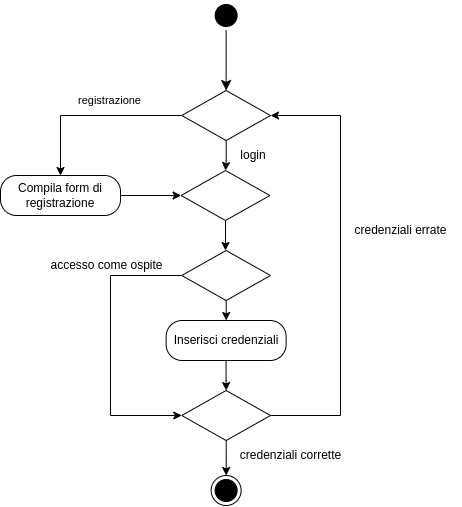
The draw.io diagram doc/ActivityDiagram.png in 446f6e6e79/ConfiguratoreAuto, before a commit. Source tidied: cells renumbered, new cells last; positions are measured from the earlier drawing's top-left corner, leaving out a move shared by most shapes.
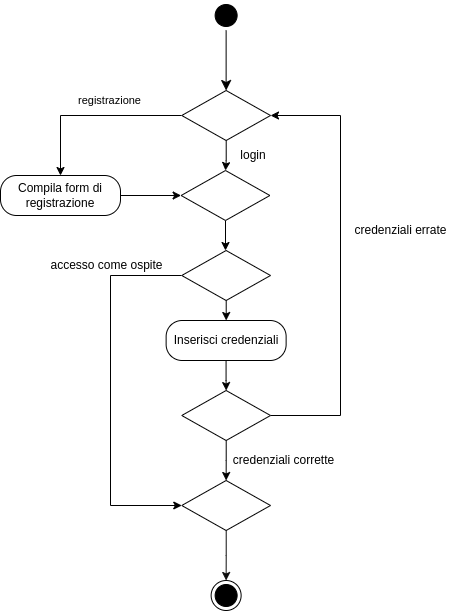
Above is the later version.

Commit message:
Login Activity diagram fix

Diff of the diagram source:
```diff
@@ -3,7 +3,7 @@
     <mxCell id="0" />
     <mxCell id="1" parent="0" />
     <mxCell id="2" style="ellipse;html=1;shape=endState;fillColor=#000000;strokeColor=#000000;" parent="1" vertex="1">
-      <mxGeometry x="210.6" y="475" width="30" height="30" as="geometry" />
+      <mxGeometry x="210.6" y="580" width="30" height="30" as="geometry" />
     </mxCell>
     <mxCell id="3" style="ellipse;html=1;shape=startState;fillColor=#000000;strokeColor=#000000;" parent="1" vertex="1">
       <mxGeometry x="210.6" width="30" height="30" as="geometry" />
@@ -25,7 +25,7 @@
         </Array>
       </mxGeometry>
     </mxCell>
-    <mxCell id="8" style="edgeStyle=orthogonalEdgeStyle;rounded=0;jettySize=auto;html=1;strokeColor=#000000;endArrow=classic;endFill=1;" parent="1" edge="1" source="9" target="2">
+    <mxCell id="8" style="edgeStyle=orthogonalEdgeStyle;rounded=0;jettySize=auto;html=1;strokeColor=#000000;endArrow=classic;endFill=1;entryX=0.5;entryY=0;entryDx=0;entryDy=0;" parent="1" edge="1" source="9" target="26">
       <mxGeometry relative="1" as="geometry" />
     </mxCell>
     <mxCell id="9" style="rhombus;whiteSpace=wrap;html=1;fontColor=#000000;fillColor=#FFFFFF;strokeColor=#000000;" parent="1" vertex="1">
@@ -66,16 +66,16 @@
       <mxGeometry x="340" y="215" width="120" height="30" as="geometry" />
     </mxCell>
     <mxCell id="20" value="credenziali corrette" style="text;html=1;align=center;verticalAlign=middle;strokeColor=none;fillColor=none;" parent="1" vertex="1">
-      <mxGeometry x="230" y="440" width="120" height="30" as="geometry" />
+      <mxGeometry x="223" y="445" width="120" height="30" as="geometry" />
     </mxCell>
     <mxCell id="21" style="edgeStyle=orthogonalEdgeStyle;rounded=0;jettySize=auto;html=1;entryX=0.5;entryY=0;entryDx=0;entryDy=0;strokeColor=#000000;endArrow=classic;endFill=1;" parent="1" edge="1" source="23" target="6">
       <mxGeometry relative="1" as="geometry" />
     </mxCell>
-    <mxCell id="22" style="edgeStyle=orthogonalEdgeStyle;rounded=0;jettySize=auto;html=1;strokeColor=#000000;endArrow=classic;endFill=1;entryX=0;entryY=0.5;entryDx=0;entryDy=0;" parent="1" edge="1" source="23" target="9">
+    <mxCell id="22" style="edgeStyle=orthogonalEdgeStyle;rounded=0;jettySize=auto;html=1;strokeColor=#000000;endArrow=classic;endFill=1;entryX=0;entryY=0.5;entryDx=0;entryDy=0;" parent="1" edge="1" source="23" target="26">
       <mxGeometry relative="1" as="geometry">
         <Array as="points">
           <mxPoint x="110" y="275" />
-          <mxPoint x="110" y="415" />
+          <mxPoint x="110" y="505" />
         </Array>
       </mxGeometry>
     </mxCell>
@@ -85,5 +85,11 @@
     <mxCell id="24" value="accesso come ospite" style="text;html=1;align=center;verticalAlign=middle;strokeColor=none;fillColor=none;" parent="1" vertex="1">
       <mxGeometry x="35.6" y="250" width="140" height="30" as="geometry" />
     </mxCell>
+    <mxCell id="25" style="edgeStyle=orthogonalEdgeStyle;rounded=0;jettySize=auto;html=1;strokeColor=#0D0D0D;" parent="1" edge="1" source="26" target="2">
+      <mxGeometry relative="1" as="geometry" />
+    </mxCell>
+    <mxCell id="26" style="rhombus;whiteSpace=wrap;html=1;fontColor=#000000;fillColor=#FFFFFF;strokeColor=#000000;" parent="1" vertex="1">
+      <mxGeometry x="181.3" y="480" width="88.8" height="50" as="geometry" />
+    </mxCell>
   </root>
 </mxGraphModel>
```
